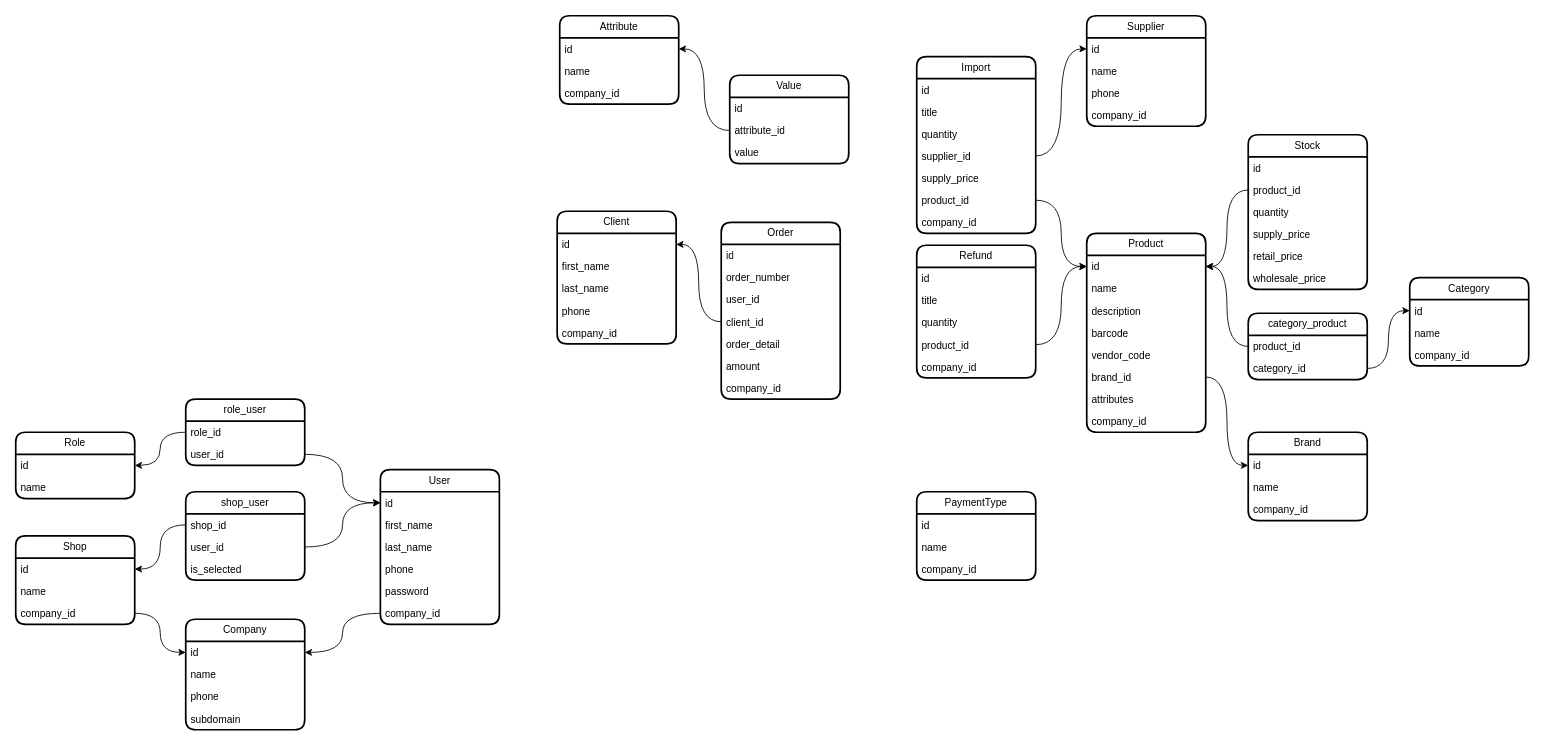
The draw.io diagram page "v3" (1 of 3) of karsoft-wsm.drawio in iztileuoff/databases, before the edit. Source tidied: cells renumbered, new cells numbered last; positions are measured from the earlier drawing's top-left corner, leaving out a move shared by most shapes. Both pictures are drawn from the tidied source at 85%, with x=0, y=0 at pixel (15, 15).
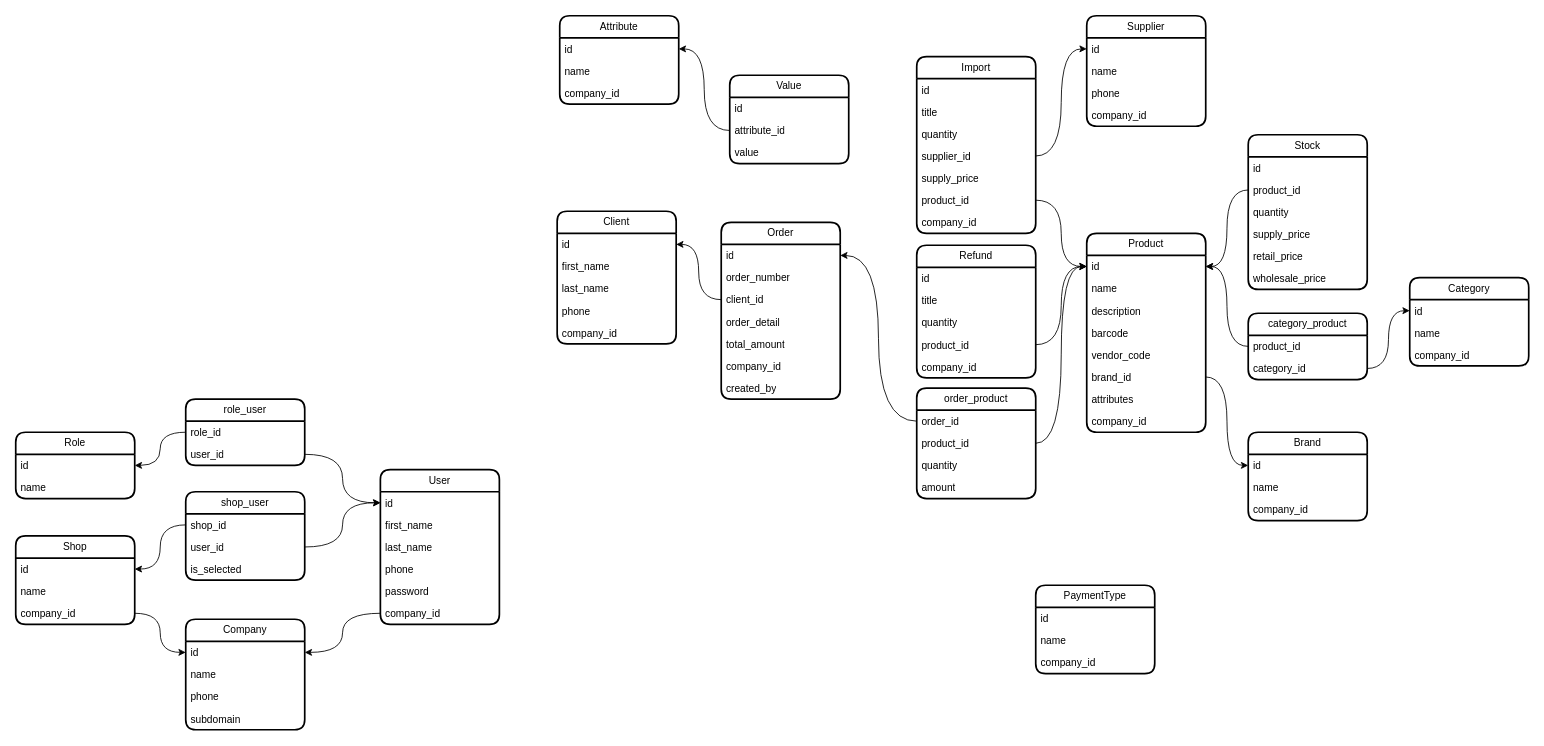
The same page after the edit.

The change refers to these unchanged cells:
```xml
<mxCell id="14" value="id" style="text;strokeColor=none;fillColor=none;align=left;verticalAlign=top;spacingLeft=4;spacingRight=4;overflow=hidden;points=[[0,0.5],[1,0.5]];portConstraint=eastwest;whiteSpace=wrap;html=1;" parent="13" vertex="1">
  <mxGeometry y="26" width="140" height="26" as="geometry" />
</mxCell>
<mxCell id="34" value="Order" style="swimlane;fontStyle=0;horizontal=1;startSize=26;fillColor=none;whiteSpace=wrap;html=1;rounded=1;shadow=0;glass=0;strokeWidth=2;" parent="1" vertex="1">
  <mxGeometry x="830" y="243" width="140" height="208" as="geometry" />
</mxCell>
<mxCell id="35" value="id" style="text;strokeColor=none;fillColor=none;align=left;verticalAlign=top;spacingLeft=4;spacingRight=4;overflow=hidden;points=[[0,0.5],[1,0.5]];portConstraint=eastwest;whiteSpace=wrap;html=1;" parent="34" vertex="1">
  <mxGeometry y="26" width="140" height="26" as="geometry" />
</mxCell>
```

Change to the diagram source:
```diff
@@
-    <mxCell id="37" value="user_id" style="text;strokeColor=none;fillColor=none;align=left;verticalAlign=top;spacingLeft=4;spacingRight=4;overflow=hidden;whiteSpace=wrap;html=1;" parent="34" vertex="1">
-      <mxGeometry y="78" width="140" height="26" as="geometry" />
-    </mxCell>
     <mxCell id="38" value="client_id" style="text;strokeColor=none;fillColor=none;align=left;verticalAlign=top;spacingLeft=4;spacingRight=4;overflow=hidden;points=[[0,0.5],[1,0.5]];portConstraint=eastwest;whiteSpace=wrap;html=1;" parent="34" vertex="1">
-      <mxGeometry y="104" width="140" height="26" as="geometry" />
+      <mxGeometry y="78" width="140" height="26" as="geometry" />
     </mxCell>
     <mxCell id="39" value="order_detail" style="text;strokeColor=none;fillColor=none;align=left;verticalAlign=top;spacingLeft=4;spacingRight=4;overflow=hidden;whiteSpace=wrap;html=1;" parent="34" vertex="1">
-      <mxGeometry y="130" width="140" height="26" as="geometry" />
+      <mxGeometry y="104" width="140" height="26" as="geometry" />
     </mxCell>
-    <mxCell id="40" value="amount" style="text;strokeColor=none;fillColor=none;align=left;verticalAlign=top;spacingLeft=4;spacingRight=4;overflow=hidden;whiteSpace=wrap;html=1;" parent="34" vertex="1">
-      <mxGeometry y="156" width="140" height="26" as="geometry" />
+    <mxCell id="40" value="total_amount" style="text;strokeColor=none;fillColor=none;align=left;verticalAlign=top;spacingLeft=4;spacingRight=4;overflow=hidden;whiteSpace=wrap;html=1;" parent="34" vertex="1">
+      <mxGeometry y="130" width="140" height="26" as="geometry" />
     </mxCell>
     <mxCell id="41" value="company_id" style="text;strokeColor=none;fillColor=none;align=left;verticalAlign=top;spacingLeft=4;spacingRight=4;overflow=hidden;whiteSpace=wrap;html=1;" parent="34" vertex="1">
-      <mxGeometry y="182" width="140" height="26" as="geometry" />
+      <mxGeometry y="156" width="140" height="26" as="geometry" />
     </mxCell>
+    <mxCell id="115" value="created_by" style="text;strokeColor=none;fillColor=none;align=left;verticalAlign=top;spacingLeft=4;spacingRight=4;overflow=hidden;whiteSpace=wrap;html=1;" parent="34" vertex="1">
+      <mxGeometry y="182" width="140" height="26" as="geometry" />
+    </mxCell>
     <mxCell id="42" value="PaymentType" style="swimlane;fontStyle=0;horizontal=1;startSize=26;fillColor=none;whiteSpace=wrap;html=1;rounded=1;shadow=0;glass=0;strokeWidth=2;" parent="1" vertex="1">
-      <mxGeometry x="1060" y="560" width="140" height="104" as="geometry" />
+      <mxGeometry x="1200" y="670" width="140" height="104" as="geometry" />
     </mxCell>
@@
+    <mxCell id="116" value="order_product" style="swimlane;fontStyle=0;horizontal=1;startSize=26;fillColor=none;whiteSpace=wrap;html=1;rounded=1;shadow=0;glass=0;strokeWidth=2;" parent="1" vertex="1">
+      <mxGeometry x="1060" y="438" width="140" height="130" as="geometry" />
+    </mxCell>
+    <mxCell id="117" value="order_id" style="text;strokeColor=none;fillColor=none;align=left;verticalAlign=top;spacingLeft=4;spacingRight=4;overflow=hidden;points=[[0,0.5],[1,0.5]];portConstraint=eastwest;whiteSpace=wrap;html=1;" parent="116" vertex="1">
+      <mxGeometry y="26" width="140" height="26" as="geometry" />
+    </mxCell>
+    <mxCell id="118" value="product_id" style="text;strokeColor=none;fillColor=none;align=left;verticalAlign=top;spacingLeft=4;spacingRight=4;overflow=hidden;points=[[0,0.5],[1,0.5]];portConstraint=eastwest;whiteSpace=wrap;html=1;" parent="116" vertex="1">
+      <mxGeometry y="52" width="140" height="26" as="geometry" />
+    </mxCell>
+    <mxCell id="119" value="quantity" style="text;strokeColor=none;fillColor=none;align=left;verticalAlign=top;spacingLeft=4;spacingRight=4;overflow=hidden;whiteSpace=wrap;html=1;" parent="116" vertex="1">
+      <mxGeometry y="78" width="140" height="26" as="geometry" />
+    </mxCell>
+    <mxCell id="120" value="amount" style="text;strokeColor=none;fillColor=none;align=left;verticalAlign=top;spacingLeft=4;spacingRight=4;overflow=hidden;whiteSpace=wrap;html=1;" parent="116" vertex="1">
+      <mxGeometry y="104" width="140" height="26" as="geometry" />
+    </mxCell>
+    <mxCell id="121" style="edgeStyle=orthogonalEdgeStyle;rounded=0;jettySize=auto;html=1;entryX=0;entryY=0.5;entryDx=0;entryDy=0;curved=1;" parent="1" edge="1" source="118" target="14">
+      <mxGeometry relative="1" as="geometry" />
+    </mxCell>
+    <mxCell id="122" style="edgeStyle=orthogonalEdgeStyle;rounded=0;jettySize=auto;html=1;entryX=1;entryY=0.5;entryDx=0;entryDy=0;curved=1;" parent="1" edge="1" source="117" target="35">
+      <mxGeometry relative="1" as="geometry" />
+    </mxCell>
```
